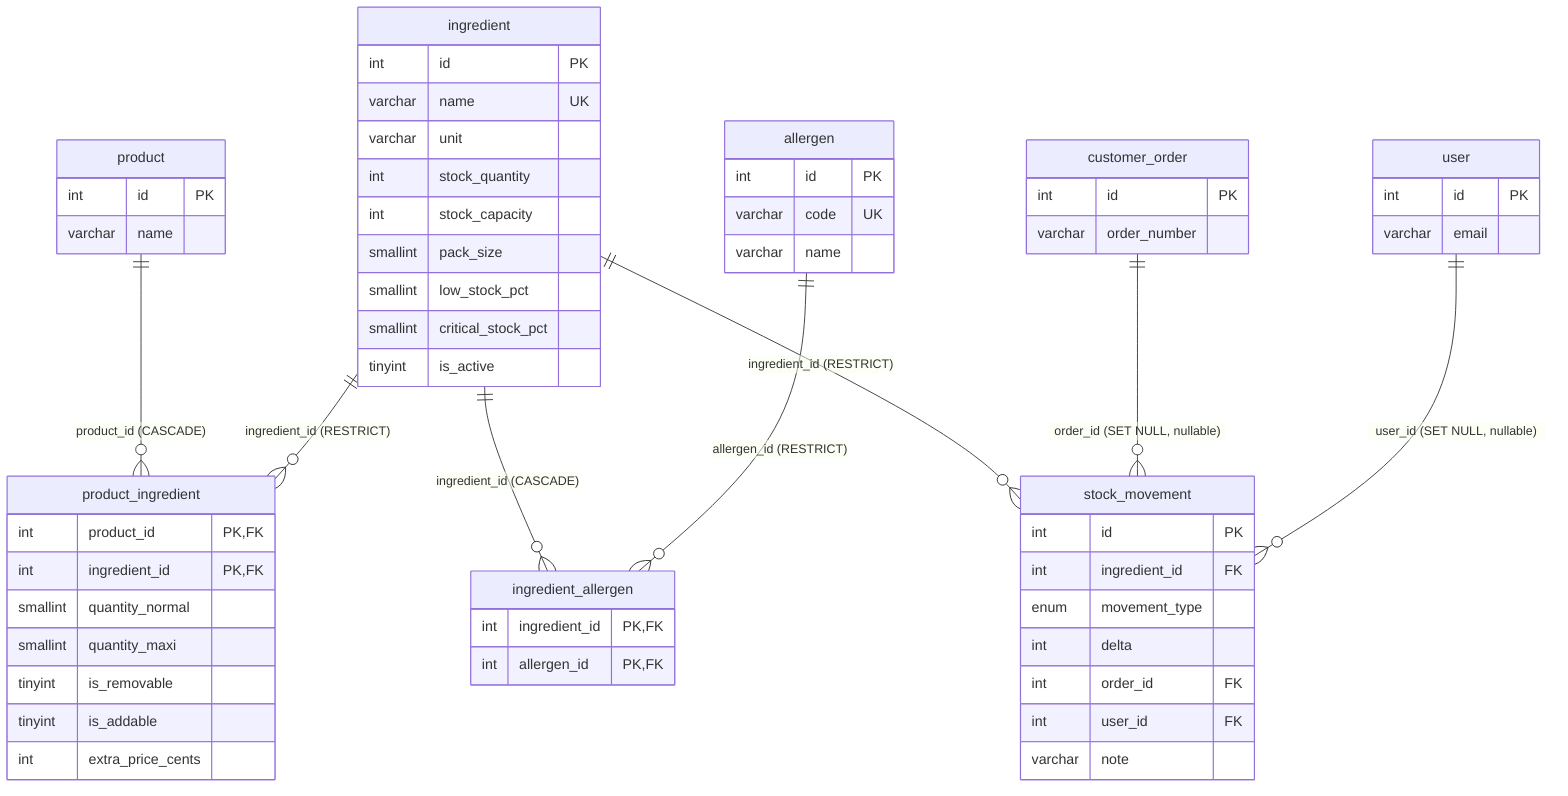
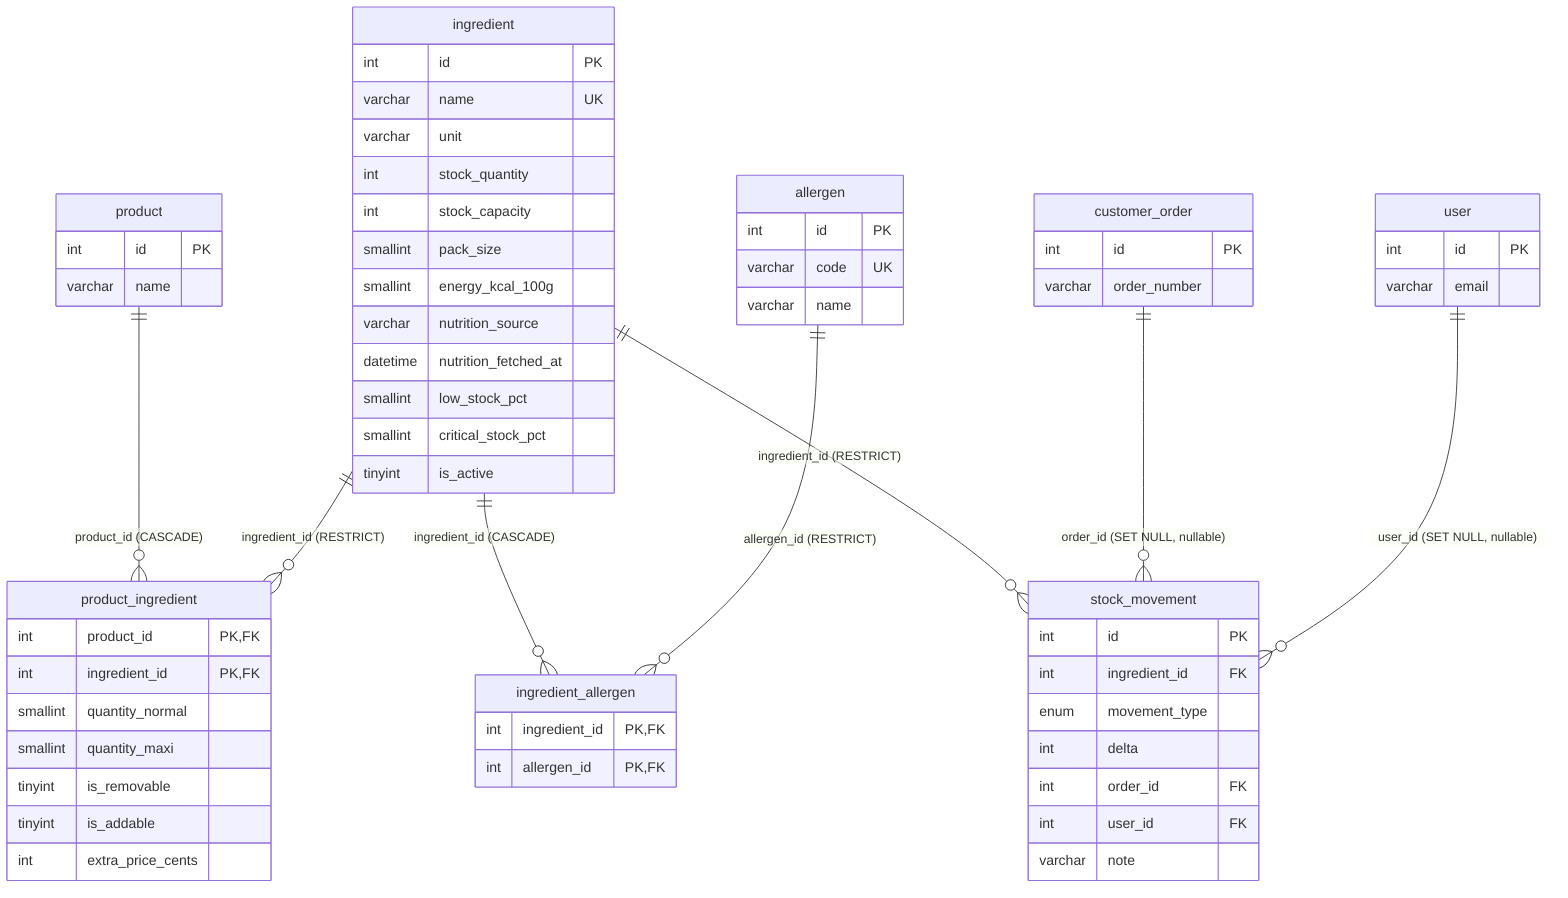
erDiagram
    ingredient {
        int id PK
        varchar name UK
        varchar unit
        int stock_quantity
        int stock_capacity
        smallint pack_size
+         smallint energy_kcal_100g
+         varchar nutrition_source
+         datetime nutrition_fetched_at
        smallint low_stock_pct
        smallint critical_stock_pct
        tinyint is_active
    }
    product_ingredient {
        int product_id PK,FK
        int ingredient_id PK,FK
        smallint quantity_normal
        smallint quantity_maxi
        tinyint is_removable
        tinyint is_addable
        int extra_price_cents
    }
    allergen {
        int id PK
        varchar code UK
        varchar name
    }
    ingredient_allergen {
        int ingredient_id PK,FK
        int allergen_id PK,FK
    }
    stock_movement {
        int id PK
        int ingredient_id FK
        enum movement_type
        int delta
        int order_id FK
        int user_id FK
        varchar note
    }
    product {
        int id PK
        varchar name
    }
    customer_order {
        int id PK
        varchar order_number
    }
    user {
        int id PK
        varchar email
    }

    product ||--o{ product_ingredient : "product_id (CASCADE)"
    ingredient ||--o{ product_ingredient : "ingredient_id (RESTRICT)"
    ingredient ||--o{ ingredient_allergen : "ingredient_id (CASCADE)"
    allergen ||--o{ ingredient_allergen : "allergen_id (RESTRICT)"
    ingredient ||--o{ stock_movement : "ingredient_id (RESTRICT)"
    customer_order ||--o{ stock_movement : "order_id (SET NULL, nullable)"
    user ||--o{ stock_movement : "user_id (SET NULL, nullable)"
